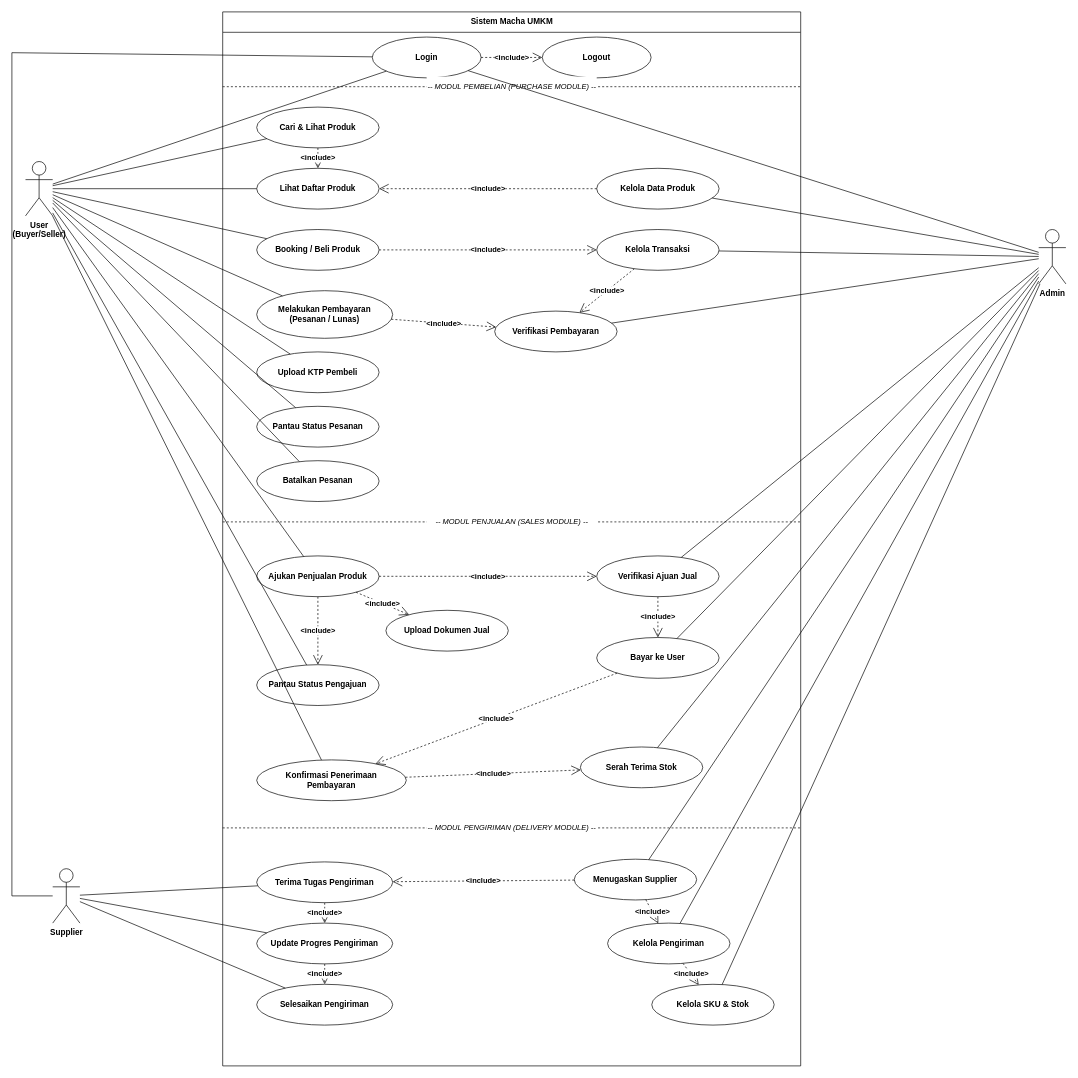
Before: page "Use Case Diagram Macha UMKM" (2 of 18) of diagram-macha/Macha_Diagrams.drawio in FikriBintangx/Macha, a draw.io diagram. Source tidied: cells renumbered, new cells numbered last; positions are measured from the earlier drawing's top-left corner, leaving out a move shared by most shapes. Both pictures are drawn from the tidied source at 68%, with x=0, y=0 at pixel (12, 12).
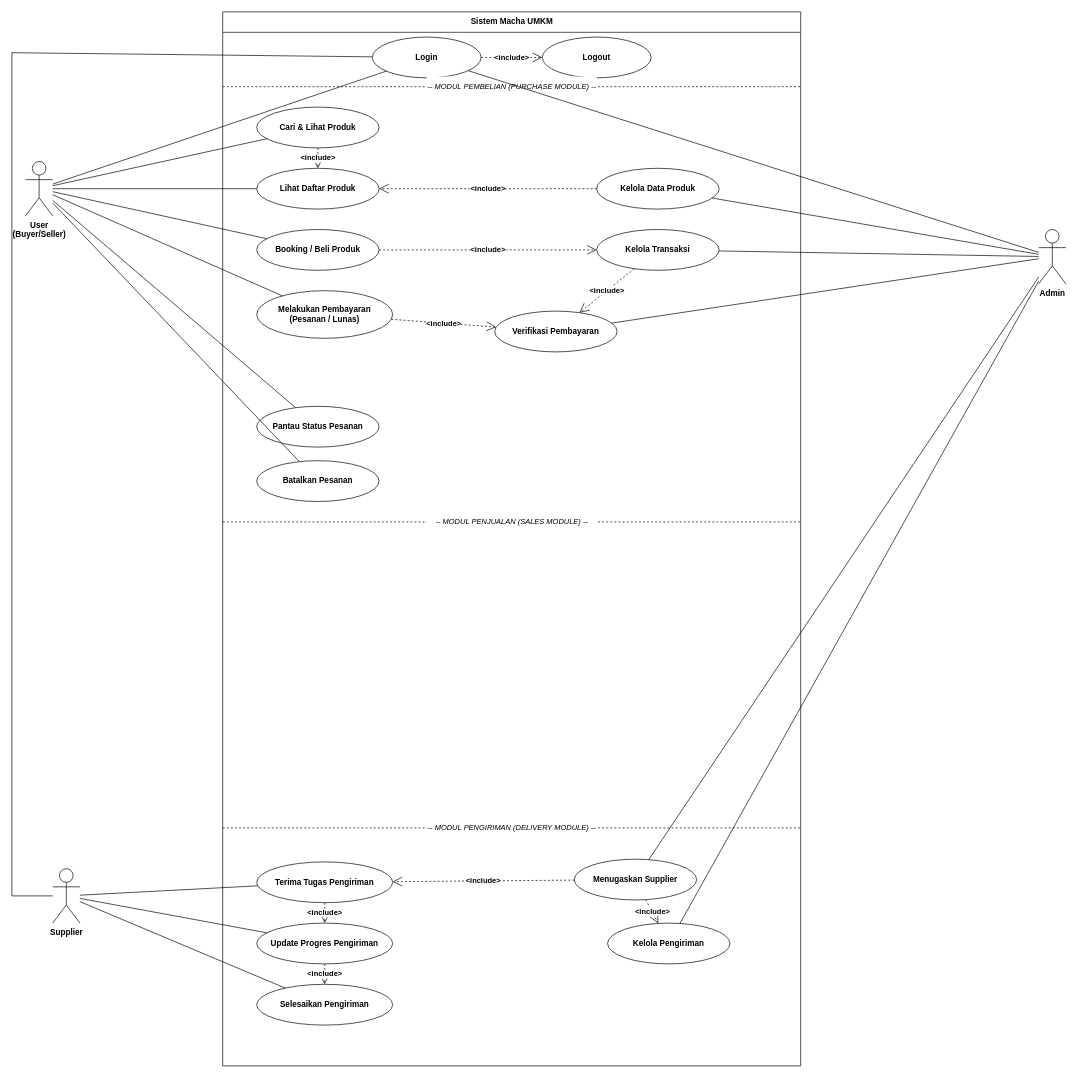
The same diagram, later.

The change refers to these unchanged cells:
```xml
<mxCell id="2" value="Sistem Macha UMKM" style="swimlane;startSize=30;html=1;rounded=0;strokeColor=light-dark(#000000, #ffffff);fillColor=light-dark(#ffffff, #121212);fontColor=light-dark(#000000, #ffffff);align=center;fontStyle=1;" parent="1" vertex="1">
  <mxGeometry x="310" width="850" height="1550" as="geometry" />
</mxCell>
<mxCell id="32" value="Kelola Pengiriman" style="ellipse;whiteSpace=wrap;html=1;strokeColor=light-dark(#000000, #ffffff);fillColor=light-dark(#ffffff, #121212);fontColor=light-dark(#000000, #ffffff);fontStyle=1;" parent="2" vertex="1">
  <mxGeometry x="566" y="1340" width="180" height="60" as="geometry" />
</mxCell>
<mxCell id="51" value="User&#10;(Buyer/Seller)" style="shape=umlActor;verticalLabelPosition=bottom;verticalAlign=top;html=1;strokeColor=light-dark(#000000, #ffffff);fillColor=light-dark(#ffffff, #121212);fontColor=light-dark(#000000, #ffffff);fontStyle=1;" parent="1" vertex="1">
  <mxGeometry x="20" y="220" width="40" height="80" as="geometry" />
</mxCell>
<mxCell id="52" value="Admin" style="shape=umlActor;verticalLabelPosition=bottom;verticalAlign=top;html=1;strokeColor=light-dark(#000000, #ffffff);fillColor=light-dark(#ffffff, #121212);fontColor=light-dark(#000000, #ffffff);fontStyle=1;" parent="1" vertex="1">
  <mxGeometry x="1510" y="320" width="40" height="80" as="geometry" />
</mxCell>
```

The edit, as a diff of the source:
```diff
@@
-    <mxCell id="11" value="Upload KTP Pembeli" style="ellipse;whiteSpace=wrap;html=1;strokeColor=light-dark(#000000, #ffffff);fillColor=light-dark(#ffffff, #121212);fontColor=light-dark(#000000, #ffffff);fontStyle=1;" parent="2" vertex="1">
-      <mxGeometry x="50" y="500" width="180" height="60" as="geometry" />
-    </mxCell>
@@
-    <mxCell id="19" value="Ajukan Penjualan Produk" style="ellipse;whiteSpace=wrap;html=1;strokeColor=light-dark(#000000, #ffffff);fillColor=light-dark(#ffffff, #121212);fontColor=light-dark(#000000, #ffffff);fontStyle=1;" parent="2" vertex="1">
-      <mxGeometry x="50" y="800" width="180" height="60" as="geometry" />
-    </mxCell>
-    <mxCell id="20" value="Upload Dokumen Jual" style="ellipse;whiteSpace=wrap;html=1;strokeColor=light-dark(#000000, #ffffff);fillColor=light-dark(#ffffff, #121212);fontColor=light-dark(#000000, #ffffff);fontStyle=1;" parent="2" vertex="1">
-      <mxGeometry x="240" y="880" width="180" height="60" as="geometry" />
-    </mxCell>
-    <mxCell id="21" value="Pantau Status Pengajuan" style="ellipse;whiteSpace=wrap;html=1;strokeColor=light-dark(#000000, #ffffff);fillColor=light-dark(#ffffff, #121212);fontColor=light-dark(#000000, #ffffff);fontStyle=1;" parent="2" vertex="1">
-      <mxGeometry x="50" y="960" width="180" height="60" as="geometry" />
-    </mxCell>
-    <mxCell id="22" value="Verifikasi Ajuan Jual" style="ellipse;whiteSpace=wrap;html=1;strokeColor=light-dark(#000000, #ffffff);fillColor=light-dark(#ffffff, #121212);fontColor=light-dark(#000000, #ffffff);fontStyle=1;" parent="2" vertex="1">
-      <mxGeometry x="550" y="800" width="180" height="60" as="geometry" />
-    </mxCell>
-    <mxCell id="23" value="Bayar ke User" style="ellipse;whiteSpace=wrap;html=1;strokeColor=light-dark(#000000, #ffffff);fillColor=light-dark(#ffffff, #121212);fontColor=light-dark(#000000, #ffffff);fontStyle=1;" parent="2" vertex="1">
-      <mxGeometry x="550" y="920" width="180" height="60" as="geometry" />
-    </mxCell>
-    <mxCell id="24" value="Konfirmasi Penerimaan&#10;Pembayaran" style="ellipse;whiteSpace=wrap;html=1;strokeColor=light-dark(#000000, #ffffff);fillColor=light-dark(#ffffff, #121212);fontColor=light-dark(#000000, #ffffff);fontStyle=1;" parent="2" vertex="1">
-      <mxGeometry x="50" y="1100" width="220" height="60" as="geometry" />
-    </mxCell>
-    <mxCell id="25" value="Serah Terima Stok" style="ellipse;whiteSpace=wrap;html=1;strokeColor=light-dark(#000000, #ffffff);fillColor=light-dark(#ffffff, #121212);fontColor=light-dark(#000000, #ffffff);fontStyle=1;" parent="2" vertex="1">
-      <mxGeometry x="526" y="1081" width="180" height="60" as="geometry" />
-    </mxCell>
@@
-    <mxCell id="33" value="Kelola SKU &amp; Stok" style="ellipse;whiteSpace=wrap;html=1;strokeColor=light-dark(#000000, #ffffff);fillColor=light-dark(#ffffff, #121212);fontColor=light-dark(#000000, #ffffff);fontStyle=1;" parent="2" vertex="1">
-      <mxGeometry x="631" y="1430" width="180" height="60" as="geometry" />
-    </mxCell>
@@
-    <mxCell id="40" value="&amp;lt;include&amp;gt;" style="endArrow=open;endSize=12;dashed=1;html=1;rounded=0;strokeColor=light-dark(#000000, #ffffff);fontColor=light-dark(#000000, #ffffff);labelBackgroundColor=light-dark(#ffffff, #121212);fontStyle=1;" parent="2" edge="1" source="19" target="22">
-      <mxGeometry relative="1" as="geometry" />
-    </mxCell>
-    <mxCell id="41" value="&amp;lt;include&amp;gt;" style="endArrow=open;endSize=12;dashed=1;html=1;rounded=0;strokeColor=light-dark(#000000, #ffffff);fontColor=light-dark(#000000, #ffffff);labelBackgroundColor=light-dark(#ffffff, #121212);fontStyle=1;" parent="2" edge="1" source="19" target="20">
-      <mxGeometry relative="1" as="geometry" />
-    </mxCell>
-    <mxCell id="42" value="&amp;lt;include&amp;gt;" style="endArrow=open;endSize=12;dashed=1;html=1;rounded=0;strokeColor=light-dark(#000000, #ffffff);fontColor=light-dark(#000000, #ffffff);labelBackgroundColor=light-dark(#ffffff, #121212);fontStyle=1;" parent="2" edge="1" source="19" target="21">
-      <mxGeometry relative="1" as="geometry" />
-    </mxCell>
-    <mxCell id="43" value="&amp;lt;include&amp;gt;" style="endArrow=open;endSize=12;dashed=1;html=1;rounded=0;strokeColor=light-dark(#000000, #ffffff);fontColor=light-dark(#000000, #ffffff);labelBackgroundColor=light-dark(#ffffff, #121212);fontStyle=1;" parent="2" edge="1" source="22" target="23">
-      <mxGeometry relative="1" as="geometry" />
-    </mxCell>
-    <mxCell id="44" value="&amp;lt;include&amp;gt;" style="endArrow=open;endSize=12;dashed=1;html=1;rounded=0;strokeColor=light-dark(#000000, #ffffff);fontColor=light-dark(#000000, #ffffff);labelBackgroundColor=light-dark(#ffffff, #121212);fontStyle=1;" parent="2" edge="1" source="23" target="24">
-      <mxGeometry relative="1" as="geometry" />
-    </mxCell>
-    <mxCell id="45" value="&amp;lt;include&amp;gt;" style="endArrow=open;endSize=12;dashed=1;html=1;rounded=0;strokeColor=light-dark(#000000, #ffffff);fontColor=light-dark(#000000, #ffffff);labelBackgroundColor=light-dark(#ffffff, #121212);fontStyle=1;" parent="2" edge="1" source="24" target="25">
-      <mxGeometry relative="1" as="geometry" />
-    </mxCell>
@@
-    <mxCell id="50" value="&amp;lt;include&amp;gt;" style="endArrow=open;endSize=12;dashed=1;html=1;rounded=0;strokeColor=light-dark(#000000, #ffffff);fontColor=light-dark(#000000, #ffffff);labelBackgroundColor=light-dark(#ffffff, #121212);fontStyle=1;" parent="2" edge="1" source="32" target="33">
-      <mxGeometry relative="1" as="geometry" />
-    </mxCell>
@@
-    <mxCell id="59" style="endArrow=none;html=1;rounded=0;strokeColor=light-dark(#000000, #ffffff);" parent="1" edge="1" source="51" target="11">
-      <mxGeometry relative="1" as="geometry" />
-    </mxCell>
@@
-    <mxCell id="62" style="endArrow=none;html=1;rounded=0;strokeColor=light-dark(#000000, #ffffff);" parent="1" edge="1" source="51" target="19">
-      <mxGeometry relative="1" as="geometry" />
-    </mxCell>
-    <mxCell id="63" style="endArrow=none;html=1;rounded=0;strokeColor=light-dark(#000000, #ffffff);" parent="1" edge="1" source="51" target="21">
-      <mxGeometry relative="1" as="geometry" />
-    </mxCell>
-    <mxCell id="64" style="endArrow=none;html=1;rounded=0;strokeColor=light-dark(#000000, #ffffff);" parent="1" edge="1" source="51" target="24">
-      <mxGeometry relative="1" as="geometry" />
-    </mxCell>
@@
-    <mxCell id="69" style="endArrow=none;html=1;rounded=0;strokeColor=light-dark(#000000, #ffffff);" parent="1" edge="1" source="52" target="22">
-      <mxGeometry relative="1" as="geometry" />
-    </mxCell>
-    <mxCell id="70" style="endArrow=none;html=1;rounded=0;strokeColor=light-dark(#000000, #ffffff);" parent="1" edge="1" source="52" target="23">
-      <mxGeometry relative="1" as="geometry" />
-    </mxCell>
-    <mxCell id="71" style="endArrow=none;html=1;rounded=0;strokeColor=light-dark(#000000, #ffffff);" parent="1" edge="1" source="52" target="25">
-      <mxGeometry relative="1" as="geometry" />
-    </mxCell>
@@
-    <mxCell id="74" style="endArrow=none;html=1;rounded=0;strokeColor=light-dark(#000000, #ffffff);" parent="1" edge="1" source="52" target="33">
-      <mxGeometry relative="1" as="geometry" />
-    </mxCell>
```
